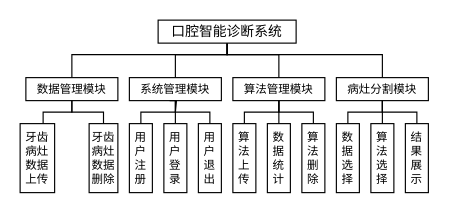
Before: page "功能设计图" (2 of 2) of 第五章绘图.drawio in qjl988/drawio, a draw.io diagram. Source tidied: cells renumbered, new cells numbered last; positions are measured from the earlier drawing's top-left corner, leaving out a move shared by most shapes. Both pictures are drawn from the tidied source at 115%, with x=0, y=0 at pixel (20, 20).
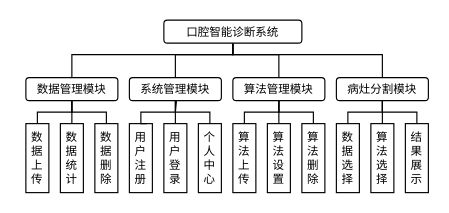
The same diagram, later.

The change refers to these unchanged cells:
```xml
<mxCell id="20" value="算法上传" style="rounded=0;whiteSpace=wrap;html=1;fontFamily=宋体;fontSize=10;" parent="1" vertex="1">
  <mxGeometry x="185" y="90" width="20" height="60" as="geometry" />
</mxCell>
<mxCell id="22" value="算法删除" style="rounded=0;whiteSpace=wrap;html=1;fontFamily=宋体;fontSize=10;" parent="1" vertex="1">
  <mxGeometry x="245" y="90" width="20" height="60" as="geometry" />
</mxCell>
<mxCell id="26" value="数据选择" style="rounded=0;whiteSpace=wrap;html=1;fontFamily=宋体;fontSize=10;" parent="1" vertex="1">
  <mxGeometry x="275" y="90" width="20" height="60" as="geometry" />
</mxCell>
<mxCell id="28" value="结果展示" style="rounded=0;whiteSpace=wrap;html=1;fontFamily=宋体;fontSize=10;" parent="1" vertex="1">
  <mxGeometry x="335" y="90" width="20" height="60" as="geometry" />
</mxCell>
<mxCell id="30" value="算法选择" style="rounded=0;whiteSpace=wrap;html=1;fontFamily=宋体;fontSize=10;" parent="1" vertex="1">
  <mxGeometry x="305" y="90" width="20" height="60" as="geometry" />
</mxCell>
```

What changed in the source:
```diff
@@
-    <mxCell id="2" style="edgeStyle=orthogonalEdgeStyle;rounded=0;jettySize=auto;html=1;endArrow=none;endFill=0;" parent="1" edge="1" source="6" target="7">
+    <mxCell id="2" style="edgeStyle=orthogonalEdgeStyle;rounded=0;jettySize=auto;html=1;endArrow=none;endFill=0;fontSize=10;" parent="1" edge="1" source="6" target="7">
       <mxGeometry relative="1" as="geometry">
         <Array as="points">
-          <mxPoint x="180" y="30" />
+          <mxPoint x="185" y="30" />
           <mxPoint x="45" y="30" />
         </Array>
       </mxGeometry>
     </mxCell>
-    <mxCell id="3" style="edgeStyle=orthogonalEdgeStyle;rounded=0;jettySize=auto;html=1;entryX=0.5;entryY=0;entryDx=0;entryDy=0;endArrow=none;endFill=0;" parent="1" edge="1" source="6" target="8">
+    <mxCell id="3" style="edgeStyle=orthogonalEdgeStyle;rounded=0;jettySize=auto;html=1;entryX=0.5;entryY=0;entryDx=0;entryDy=0;endArrow=none;endFill=0;fontSize=10;" parent="1" edge="1" source="6" target="8">
       <mxGeometry relative="1" as="geometry">
         <Array as="points">
-          <mxPoint x="180" y="30" />
+          <mxPoint x="185" y="30" />
           <mxPoint x="135" y="30" />
         </Array>
       </mxGeometry>
     </mxCell>
-    <mxCell id="4" style="edgeStyle=orthogonalEdgeStyle;rounded=0;jettySize=auto;html=1;entryX=0.5;entryY=0;entryDx=0;entryDy=0;endArrow=none;endFill=0;" parent="1" edge="1" source="6" target="9">
+    <mxCell id="4" style="edgeStyle=orthogonalEdgeStyle;rounded=0;jettySize=auto;html=1;entryX=0.5;entryY=0;entryDx=0;entryDy=0;endArrow=none;endFill=0;fontSize=10;" parent="1" edge="1" source="6" target="9">
       <mxGeometry relative="1" as="geometry">
         <Array as="points">
-          <mxPoint x="180" y="30" />
+          <mxPoint x="185" y="30" />
           <mxPoint x="225" y="30" />
         </Array>
       </mxGeometry>
     </mxCell>
-    <mxCell id="5" style="edgeStyle=orthogonalEdgeStyle;rounded=0;jettySize=auto;html=1;entryX=0.5;entryY=0;entryDx=0;entryDy=0;endArrow=none;endFill=0;" parent="1" edge="1" source="6" target="10">
+    <mxCell id="5" style="edgeStyle=orthogonalEdgeStyle;rounded=0;jettySize=auto;html=1;entryX=0.5;entryY=0;entryDx=0;entryDy=0;endArrow=none;endFill=0;fontSize=10;" parent="1" edge="1" source="6" target="10">
       <mxGeometry relative="1" as="geometry">
         <Array as="points">
-          <mxPoint x="180" y="30" />
+          <mxPoint x="185" y="30" />
           <mxPoint x="315" y="30" />
         </Array>
       </mxGeometry>
     </mxCell>
-    <mxCell id="6" value="口腔智能诊断系统" style="rounded=0;whiteSpace=wrap;html=1;fontFamily=宋体;fontSize=12;" parent="1" vertex="1">
-      <mxGeometry x="120" width="120" height="20" as="geometry" />
+    <mxCell id="6" value="口腔智能诊断系统" style="rounded=1;whiteSpace=wrap;html=1;fontFamily=宋体;fontSize=10;align=center;" parent="1" vertex="1">
+      <mxGeometry x="125" width="120" height="20" as="geometry" />
     </mxCell>
+    <mxCell id="33" style="edgeStyle=orthogonalEdgeStyle;rounded=0;jettySize=auto;html=1;entryX=0.5;entryY=0;entryDx=0;entryDy=0;endArrow=none;endFill=0;endSize=4;fontSize=10;" parent="1" edge="1" source="7" target="24">
+      <mxGeometry relative="1" as="geometry" />
+    </mxCell>
-    <mxCell id="7" value="数据管理模块" style="rounded=0;whiteSpace=wrap;html=1;fontFamily=宋体;fontSize=10;" parent="1" vertex="1">
+    <mxCell id="7" value="数据管理模块" style="rounded=1;whiteSpace=wrap;html=1;fontFamily=宋体;fontSize=10;" parent="1" vertex="1">
       <mxGeometry x="5" y="50" width="80" height="20" as="geometry" />
     </mxCell>
-    <mxCell id="8" value="系统管理模块" style="rounded=0;whiteSpace=wrap;html=1;fontFamily=宋体;fontSize=10;" parent="1" vertex="1">
+    <mxCell id="8" value="系统管理模块" style="rounded=1;whiteSpace=wrap;html=1;fontFamily=宋体;fontSize=10;" parent="1" vertex="1">
       <mxGeometry x="95" y="50" width="80" height="20" as="geometry" />
     </mxCell>
+    <mxCell id="34" style="edgeStyle=orthogonalEdgeStyle;rounded=0;jettySize=auto;html=1;entryX=0.5;entryY=0;entryDx=0;entryDy=0;endArrow=none;endFill=0;fontSize=10;" parent="1" edge="1" source="9" target="35">
+      <mxGeometry relative="1" as="geometry" />
+    </mxCell>
-    <mxCell id="9" value="算法管理模块" style="rounded=0;whiteSpace=wrap;html=1;fontFamily=宋体;fontSize=10;" parent="1" vertex="1">
+    <mxCell id="9" value="算法管理模块" style="rounded=1;whiteSpace=wrap;html=1;fontFamily=宋体;fontSize=10;" parent="1" vertex="1">
       <mxGeometry x="185" y="50" width="80" height="20" as="geometry" />
     </mxCell>
-    <mxCell id="10" value="病灶分割模块" style="rounded=0;whiteSpace=wrap;html=1;fontFamily=宋体;fontSize=10;" parent="1" vertex="1">
+    <mxCell id="10" value="病灶分割模块" style="rounded=1;whiteSpace=wrap;html=1;fontFamily=宋体;fontSize=10;" parent="1" vertex="1">
       <mxGeometry x="275" y="50" width="80" height="20" as="geometry" />
     </mxCell>
-    <mxCell id="11" style="edgeStyle=orthogonalEdgeStyle;rounded=0;jettySize=auto;html=1;entryX=0.5;entryY=1;entryDx=0;entryDy=0;endArrow=none;endFill=0;" parent="1" edge="1" source="12" target="7">
+    <mxCell id="11" style="edgeStyle=orthogonalEdgeStyle;rounded=0;jettySize=auto;html=1;entryX=0.5;entryY=1;entryDx=0;entryDy=0;endArrow=none;endFill=0;fontSize=10;" parent="1" edge="1" source="12" target="7">
       <mxGeometry relative="1" as="geometry">
         <Array as="points">
-          <mxPoint x="20" y="80" />
+          <mxPoint x="15" y="80" />
           <mxPoint x="45" y="80" />
         </Array>
       </mxGeometry>
     </mxCell>
-    <mxCell id="12" value="牙齿病灶数据上传" style="rounded=0;whiteSpace=wrap;html=1;fontFamily=宋体;fontSize=10;" parent="1" vertex="1">
-      <mxGeometry y="90" width="30" height="60" as="geometry" />
+    <mxCell id="12" value="数&lt;div style=&quot;font-size: 10px;&quot;&gt;据&lt;/div&gt;&lt;div style=&quot;font-size: 10px;&quot;&gt;上&lt;/div&gt;&lt;div style=&quot;font-size: 10px;&quot;&gt;传&lt;/div&gt;" style="rounded=0;whiteSpace=wrap;html=1;fontFamily=宋体;fontSize=10;" parent="1" vertex="1">
+      <mxGeometry x="5" y="90" width="20" height="60" as="geometry" />
     </mxCell>
-    <mxCell id="13" style="edgeStyle=orthogonalEdgeStyle;rounded=0;jettySize=auto;html=1;entryX=0.5;entryY=1;entryDx=0;entryDy=0;endArrow=none;endFill=0;" parent="1" edge="1" source="14" target="7">
+    <mxCell id="13" style="edgeStyle=orthogonalEdgeStyle;rounded=0;jettySize=auto;html=1;entryX=0.5;entryY=1;entryDx=0;entryDy=0;endArrow=none;endFill=0;fontSize=10;" parent="1" edge="1" source="14" target="7">
       <mxGeometry relative="1" as="geometry">
         <Array as="points">
-          <mxPoint x="72" y="80" />
+          <mxPoint x="75" y="80" />
           <mxPoint x="45" y="80" />
         </Array>
       </mxGeometry>
     </mxCell>
-    <mxCell id="14" value="牙齿病灶数据删除" style="rounded=0;whiteSpace=wrap;html=1;fontFamily=宋体;fontSize=10;" parent="1" vertex="1">
-      <mxGeometry x="60" y="90" width="25" height="60" as="geometry" />
+    <mxCell id="14" value="数&lt;div style=&quot;font-size: 10px;&quot;&gt;据&lt;/div&gt;&lt;div style=&quot;font-size: 10px;&quot;&gt;删&lt;/div&gt;&lt;div style=&quot;font-size: 10px;&quot;&gt;除&lt;/div&gt;" style="rounded=0;whiteSpace=wrap;html=1;fontFamily=宋体;fontSize=10;" parent="1" vertex="1">
+      <mxGeometry x="65" y="90" width="20" height="60" as="geometry" />
     </mxCell>
-    <mxCell id="15" value="用&lt;div&gt;户&lt;/div&gt;&lt;div&gt;注&lt;/div&gt;&lt;div&gt;册&lt;/div&gt;" style="rounded=0;whiteSpace=wrap;html=1;fontFamily=宋体;fontSize=10;" parent="1" vertex="1">
+    <mxCell id="15" value="用&lt;div style=&quot;font-size: 10px;&quot;&gt;户&lt;/div&gt;&lt;div style=&quot;font-size: 10px;&quot;&gt;注&lt;/div&gt;&lt;div style=&quot;font-size: 10px;&quot;&gt;册&lt;/div&gt;" style="rounded=0;whiteSpace=wrap;html=1;fontFamily=宋体;fontSize=10;" parent="1" vertex="1">
       <mxGeometry x="95" y="90" width="20" height="60" as="geometry" />
     </mxCell>
-    <mxCell id="16" style="edgeStyle=orthogonalEdgeStyle;rounded=0;jettySize=auto;html=1;entryX=0.5;entryY=1;entryDx=0;entryDy=0;endArrow=none;endFill=0;" parent="1" edge="1" source="17" target="8">
+    <mxCell id="16" style="edgeStyle=orthogonalEdgeStyle;rounded=0;jettySize=auto;html=1;entryX=0.5;entryY=1;entryDx=0;entryDy=0;endArrow=none;endFill=0;fontSize=10;" parent="1" edge="1" source="17" target="8">
       <mxGeometry relative="1" as="geometry" />
     </mxCell>
-    <mxCell id="17" value="用&lt;div&gt;户&lt;/div&gt;&lt;div&gt;登&lt;/div&gt;&lt;div&gt;录&lt;/div&gt;" style="rounded=0;whiteSpace=wrap;html=1;fontFamily=宋体;fontSize=10;" parent="1" vertex="1">
+    <mxCell id="17" value="用&lt;div style=&quot;font-size: 10px;&quot;&gt;户&lt;/div&gt;&lt;div style=&quot;font-size: 10px;&quot;&gt;登&lt;/div&gt;&lt;div style=&quot;font-size: 10px;&quot;&gt;录&lt;/div&gt;" style="rounded=0;whiteSpace=wrap;html=1;fontFamily=宋体;fontSize=10;" parent="1" vertex="1">
       <mxGeometry x="125" y="90" width="20" height="60" as="geometry" />
     </mxCell>
-    <mxCell id="18" value="用&lt;div&gt;户&lt;/div&gt;&lt;div&gt;退出&lt;/div&gt;" style="rounded=0;whiteSpace=wrap;html=1;fontFamily=宋体;fontSize=10;" parent="1" vertex="1">
+    <mxCell id="18" value="个人中心" style="rounded=0;whiteSpace=wrap;html=1;fontFamily=宋体;fontSize=10;" parent="1" vertex="1">
       <mxGeometry x="155" y="90" width="20" height="60" as="geometry" />
     </mxCell>
-    <mxCell id="19" style="edgeStyle=orthogonalEdgeStyle;rounded=0;jettySize=auto;html=1;entryX=0.5;entryY=1;entryDx=0;entryDy=0;endArrow=none;endFill=0;" parent="1" edge="1" source="20" target="9">
+    <mxCell id="19" style="edgeStyle=orthogonalEdgeStyle;rounded=0;jettySize=auto;html=1;entryX=0.5;entryY=1;entryDx=0;entryDy=0;endArrow=none;endFill=0;fontSize=10;" parent="1" edge="1" source="20" target="9">
       <mxGeometry relative="1" as="geometry">
         <Array as="points">
           <mxPoint x="195" y="80" />
           <mxPoint x="225" y="80" />
         </Array>
       </mxGeometry>
     </mxCell>
@@
-    <mxCell id="21" style="edgeStyle=orthogonalEdgeStyle;rounded=0;jettySize=auto;html=1;entryX=0.5;entryY=1;entryDx=0;entryDy=0;endArrow=none;endFill=0;" parent="1" edge="1" source="22" target="9">
+    <mxCell id="21" style="edgeStyle=orthogonalEdgeStyle;rounded=0;jettySize=auto;html=1;entryX=0.5;entryY=1;entryDx=0;entryDy=0;endArrow=none;endFill=0;fontSize=10;" parent="1" edge="1" source="22" target="9">
       <mxGeometry relative="1" as="geometry">
         <Array as="points">
           <mxPoint x="255" y="80" />
           <mxPoint x="225" y="80" />
         </Array>
       </mxGeometry>
     </mxCell>
@@
-    <mxCell id="23" style="edgeStyle=orthogonalEdgeStyle;rounded=0;jettySize=auto;html=1;entryX=0.5;entryY=1;entryDx=0;entryDy=0;endArrow=none;endFill=0;" parent="1" edge="1" source="24" target="9">
-      <mxGeometry relative="1" as="geometry" />
-    </mxCell>
-    <mxCell id="24" value="数据统计" style="rounded=0;whiteSpace=wrap;html=1;fontFamily=宋体;fontSize=10;" parent="1" vertex="1">
-      <mxGeometry x="215" y="90" width="20" height="60" as="geometry" />
-    </mxCell>
-    <mxCell id="25" style="edgeStyle=orthogonalEdgeStyle;rounded=0;jettySize=auto;html=1;entryX=0.5;entryY=1;entryDx=0;entryDy=0;endArrow=none;endFill=0;" parent="1" edge="1" source="26" target="10">
+    <mxCell id="25" style="edgeStyle=orthogonalEdgeStyle;rounded=0;jettySize=auto;html=1;entryX=0.5;entryY=1;entryDx=0;entryDy=0;endArrow=none;endFill=0;fontSize=10;" parent="1" edge="1" source="26" target="10">
       <mxGeometry relative="1" as="geometry">
         <Array as="points">
           <mxPoint x="285" y="80" />
           <mxPoint x="315" y="80" />
         </Array>
       </mxGeometry>
     </mxCell>
@@
-    <mxCell id="27" style="edgeStyle=orthogonalEdgeStyle;rounded=0;jettySize=auto;html=1;entryX=0.5;entryY=1;entryDx=0;entryDy=0;endArrow=none;endFill=0;" parent="1" edge="1" source="28" target="10">
+    <mxCell id="27" style="edgeStyle=orthogonalEdgeStyle;rounded=0;jettySize=auto;html=1;entryX=0.5;entryY=1;entryDx=0;entryDy=0;endArrow=none;endFill=0;fontSize=10;" parent="1" edge="1" source="28" target="10">
       <mxGeometry relative="1" as="geometry">
         <Array as="points">
           <mxPoint x="345" y="80" />
           <mxPoint x="315" y="80" />
         </Array>
       </mxGeometry>
     </mxCell>
@@
-    <mxCell id="29" style="edgeStyle=orthogonalEdgeStyle;rounded=0;jettySize=auto;html=1;entryX=0.5;entryY=1;entryDx=0;entryDy=0;endArrow=none;endFill=0;" parent="1" edge="1" source="30" target="10">
-      <mxGeometry relative="1" as="geometry" />
+    <mxCell id="29" style="edgeStyle=orthogonalEdgeStyle;rounded=0;jettySize=auto;html=1;entryX=0.5;entryY=1;entryDx=0;entryDy=0;endArrow=none;endFill=0;fontSize=10;" parent="1" edge="1" source="30" target="10">
+      <mxGeometry relative="1" as="geometry">
+        <Array as="points">
+          <mxPoint x="315" y="80" />
+          <mxPoint x="315" y="80" />
+        </Array>
+      </mxGeometry>
     </mxCell>
@@
-    <mxCell id="31" style="edgeStyle=orthogonalEdgeStyle;rounded=0;orthogonalLoop=1;jettySize=auto;html=1;entryX=0.5;entryY=1;entryDx=0;entryDy=0;endArrow=none;endFill=0;" parent="1" edge="1">
+    <mxCell id="31" style="edgeStyle=orthogonalEdgeStyle;rounded=0;orthogonalLoop=1;jettySize=auto;html=1;entryX=0.5;entryY=1;entryDx=0;entryDy=0;endArrow=none;endFill=0;fontSize=10;" parent="1" edge="1">
       <mxGeometry relative="1" as="geometry">
-        <mxPoint x="105" y="90" as="sourcePoint" />
-        <mxPoint x="130" y="70" as="targetPoint" />
+        <mxPoint x="110" y="90" as="sourcePoint" />
+        <mxPoint x="135" y="70" as="targetPoint" />
         <Array as="points">
+          <mxPoint x="105" y="90" />
           <mxPoint x="105" y="80" />
           <mxPoint x="135" y="80" />
-          <mxPoint x="135" y="70" />
         </Array>
       </mxGeometry>
     </mxCell>
-    <mxCell id="32" style="edgeStyle=orthogonalEdgeStyle;rounded=0;jettySize=auto;html=1;entryX=0.512;entryY=1.002;entryDx=0;entryDy=0;entryPerimeter=0;endArrow=none;endFill=0;" parent="1" edge="1" source="18" target="8">
+    <mxCell id="32" style="edgeStyle=orthogonalEdgeStyle;rounded=0;jettySize=auto;html=1;entryX=0.512;entryY=1.002;entryDx=0;entryDy=0;entryPerimeter=0;endArrow=none;endFill=0;fontSize=10;" parent="1" edge="1" source="18" target="8">
       <mxGeometry relative="1" as="geometry">
         <Array as="points">
           <mxPoint x="165" y="80" />
           <mxPoint x="135" y="80" />
           <mxPoint x="135" y="70" />
         </Array>
       </mxGeometry>
     </mxCell>
+    <mxCell id="24" value="数据统计" style="rounded=0;whiteSpace=wrap;html=1;fontFamily=宋体;fontSize=10;" parent="1" vertex="1">
+      <mxGeometry x="35" y="90" width="20" height="60" as="geometry" />
+    </mxCell>
+    <mxCell id="35" value="算法设置" style="rounded=0;whiteSpace=wrap;html=1;fontFamily=宋体;fontSize=10;" parent="1" vertex="1">
+      <mxGeometry x="215" y="90" width="20" height="60" as="geometry" />
+    </mxCell>
```
